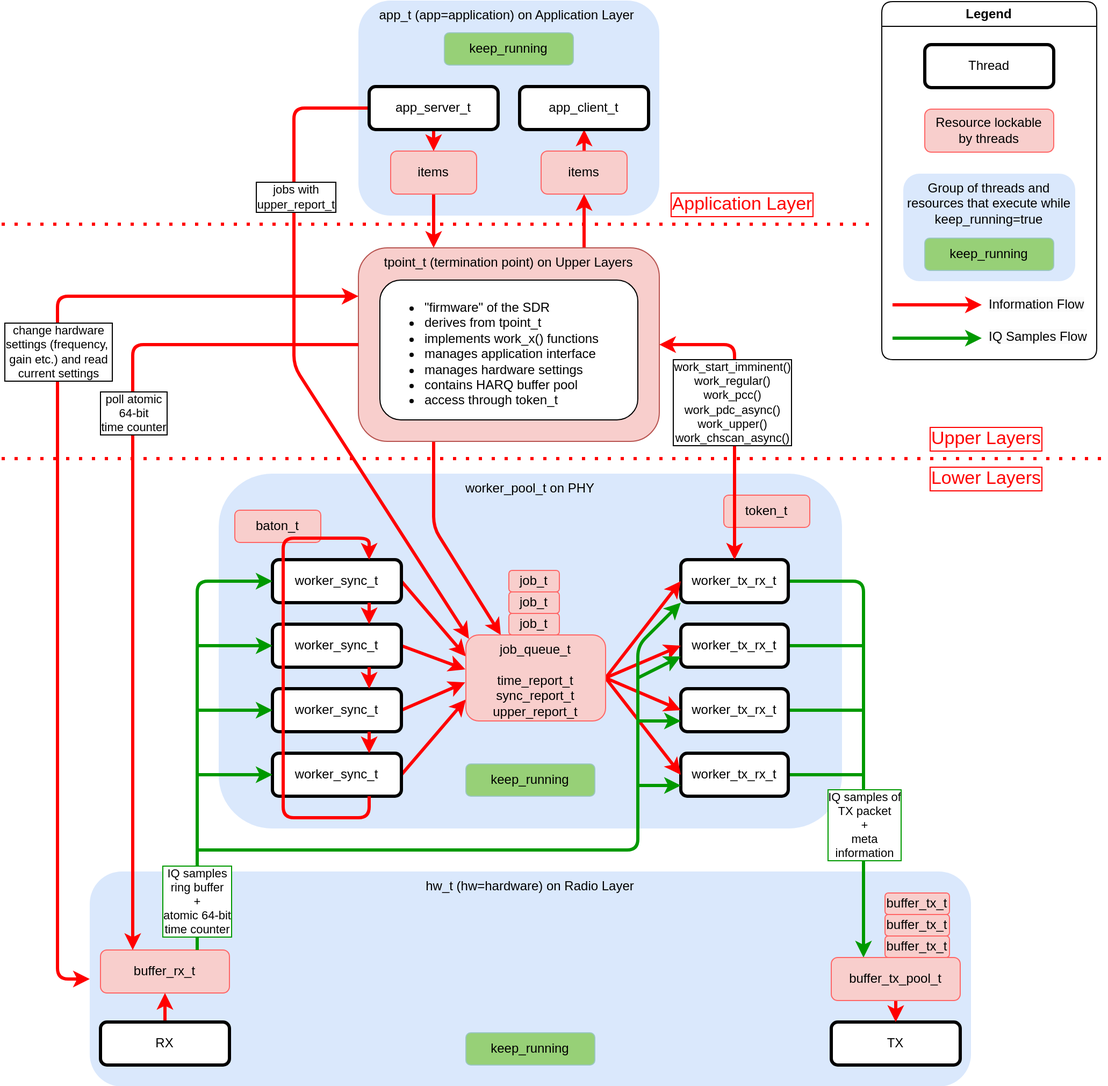
Above: docs/sdr_architecture.drawio.png in maxpenner/DECT-NR-Plus-SDR (draw.io), before the change. Source tidied: cells renumbered, new cells last; positions are measured from the earlier drawing's top-left corner, leaving out a move shared by most shapes.
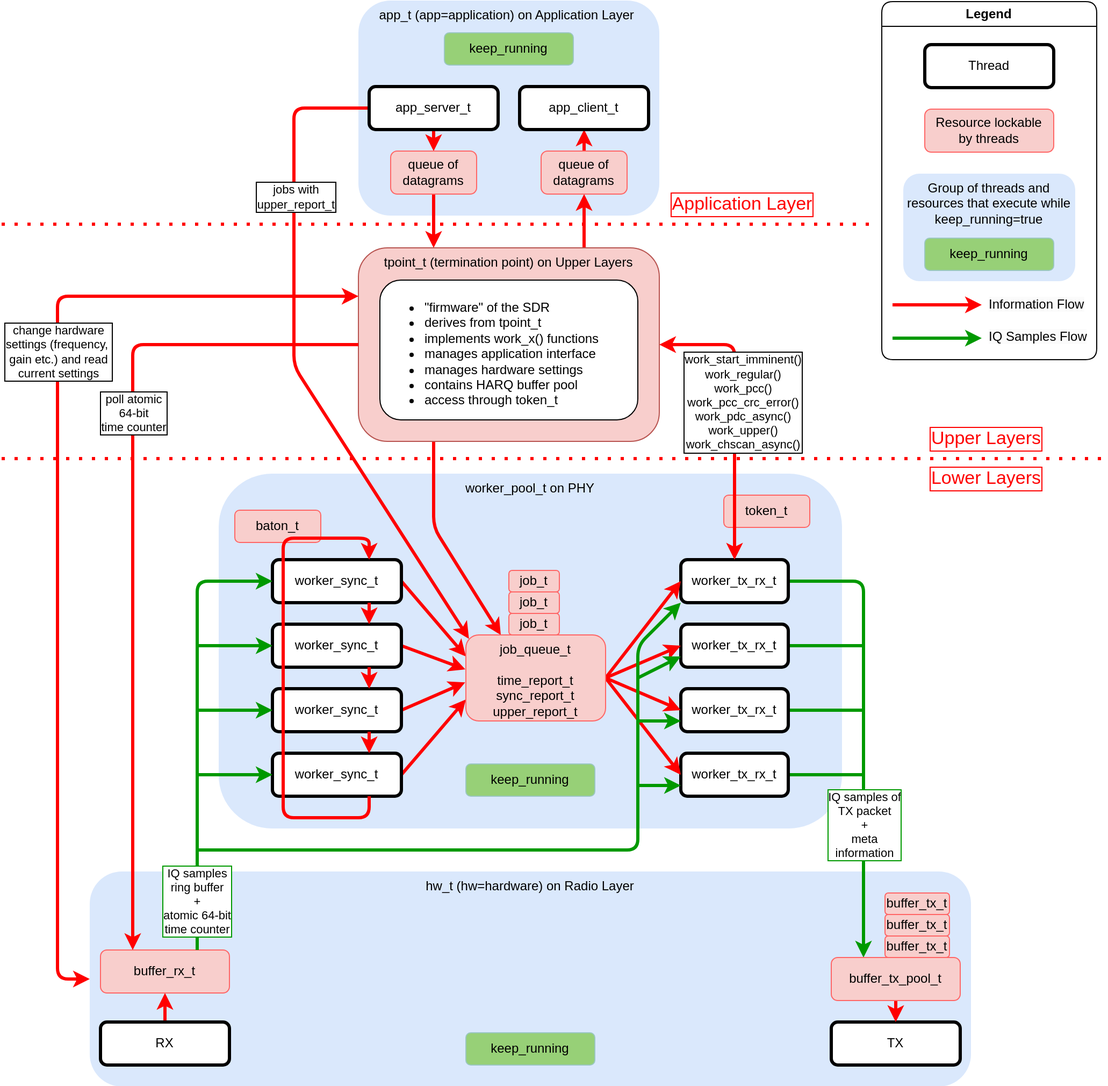
Above is the later version.

The edit, as a diff of the source:
```diff
@@ -210,15 +210,15 @@
         </Array>
       </mxGeometry>
     </mxCell>
-    <mxCell id="58" value="work_start_imminent()&lt;br style=&quot;border-color: var(--border-color);&quot;&gt;work_regular()&lt;br style=&quot;border-color: var(--border-color);&quot;&gt;work_pcc()&lt;br&gt;work_pdc_async()&lt;br style=&quot;border-color: var(--border-color);&quot;&gt;work_upper()&lt;br style=&quot;border-color: var(--border-color);&quot;&gt;work_chscan_async()" style="edgeLabel;html=1;align=center;verticalAlign=middle;labelBorderColor=default;rounded=1;" parent="57" vertex="1">
+    <mxCell id="58" value="work_start_imminent()&lt;br style=&quot;border-color: var(--border-color);&quot;&gt;work_regular()&lt;br style=&quot;border-color: var(--border-color);&quot;&gt;work_pcc()&lt;div&gt;work_pcc_crc_error()&lt;br&gt;work_pdc_async()&lt;br style=&quot;border-color: var(--border-color);&quot;&gt;work_upper()&lt;br style=&quot;border-color: var(--border-color);&quot;&gt;work_chscan_async()&lt;/div&gt;" style="edgeLabel;html=1;align=center;verticalAlign=middle;labelBorderColor=default;rounded=1;" parent="57" vertex="1">
       <mxGeometry x="0.21" relative="1" as="geometry">
-        <mxPoint x="-3" y="16" as="offset" />
+        <mxPoint x="7" y="16" as="offset" />
       </mxGeometry>
     </mxCell>
-    <mxCell id="59" value="items" style="rounded=1;whiteSpace=wrap;html=1;fillColor=#f8cecc;strokeColor=#FF6666;strokeWidth=1;" parent="1" vertex="1">
+    <mxCell id="59" value="queue of datagrams" style="rounded=1;whiteSpace=wrap;html=1;fillColor=#f8cecc;strokeColor=#FF6666;strokeWidth=1;" parent="1" vertex="1">
       <mxGeometry x="502" y="140" width="80" height="40" as="geometry" />
     </mxCell>
-    <mxCell id="60" value="items" style="rounded=1;whiteSpace=wrap;html=1;fillColor=#f8cecc;strokeColor=#FF6666;strokeWidth=1;" parent="1" vertex="1">
+    <mxCell id="60" value="queue of datagrams" style="rounded=1;whiteSpace=wrap;html=1;fillColor=#f8cecc;strokeColor=#FF6666;strokeWidth=1;" parent="1" vertex="1">
       <mxGeometry x="362" y="140" width="80" height="40" as="geometry" />
     </mxCell>
     <mxCell id="61" style="endArrow=classic;html=1;rounded=1;entryX=0.25;entryY=0;entryDx=0;entryDy=0;exitX=0;exitY=0.5;exitDx=0;exitDy=0;strokeColor=light-dark(#ff0000, #ededed);strokeWidth=3;" parent="1" edge="1" source="42" target="20">
```
